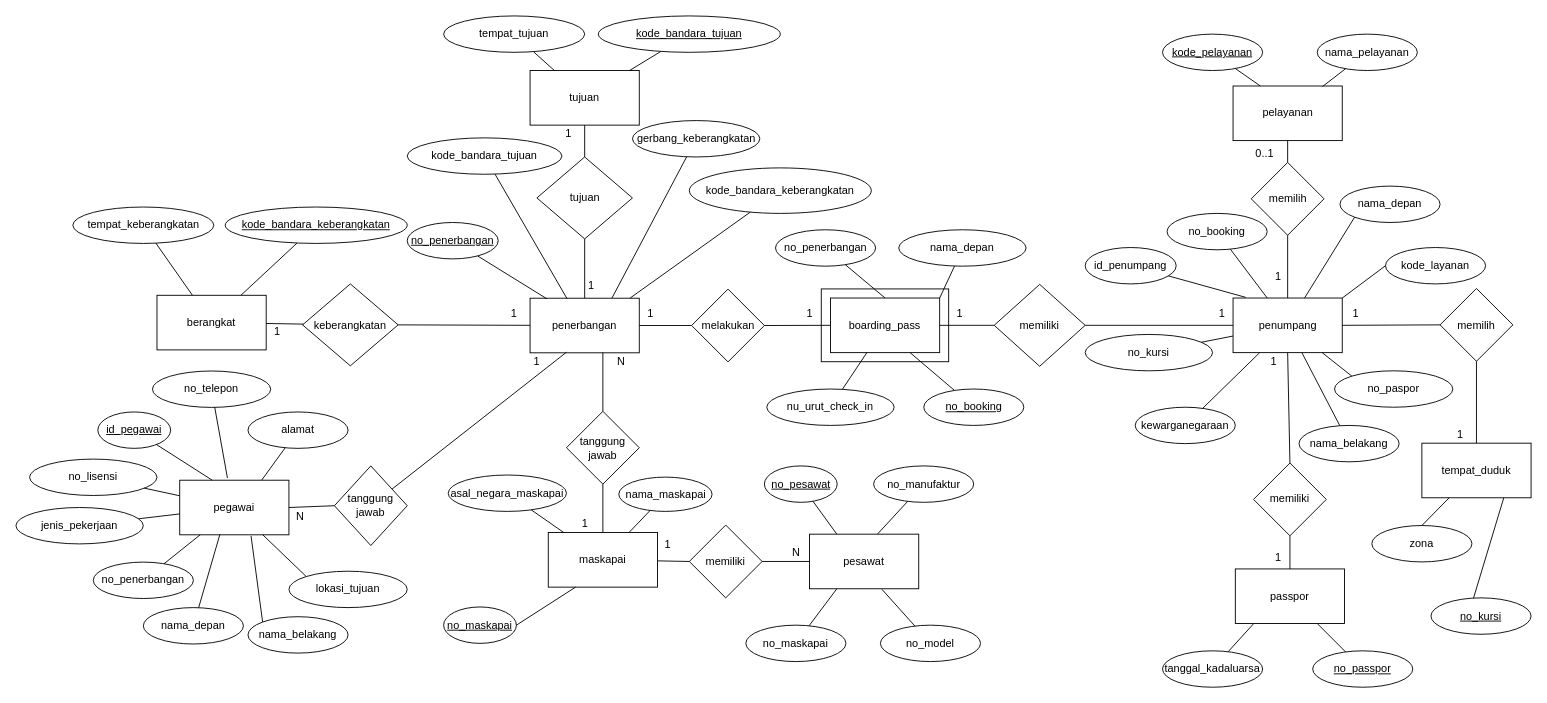
Earlier version of the draw.io diagram page "Fixed ER Diagram" (1 of 5) of ER Diagram/ADD.drawio (Edwin-Jaya/Data-Design-Analytics-Project). Source tidied: cells renumbered, new cells numbered last; positions are measured from the earlier drawing's top-left corner, leaving out a move shared by most shapes. Both pictures are drawn from the tidied source at 91%, with x=0, y=0 at pixel (15, 15).
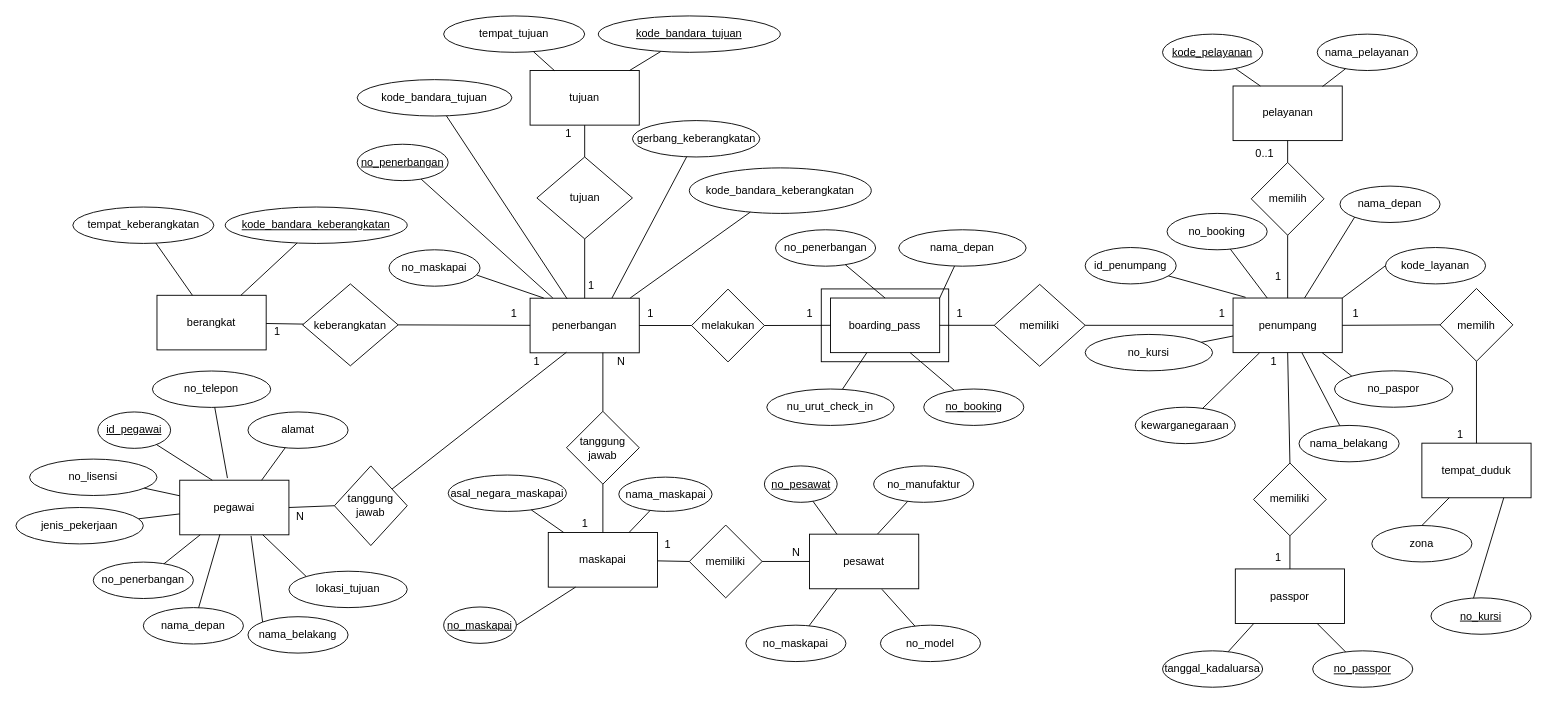
The same page after the edit.

Unchanged cells that the change refers to:
```xml
<mxCell id="29" value="penerbangan" style="rounded=0;whiteSpace=wrap;html=1;" parent="1" vertex="1">
  <mxGeometry x="565" y="310.2" width="120" height="60" as="geometry" />
</mxCell>
```

Change to the diagram source:
```diff
@@
     <mxCell id="30" value="&lt;u&gt;no_penerbangan&lt;/u&gt;" style="ellipse;whiteSpace=wrap;html=1;" parent="1" vertex="1">
-      <mxGeometry x="430" y="227" width="100" height="40" as="geometry" />
+      <mxGeometry x="375" y="141" width="100" height="40" as="geometry" />
     </mxCell>
@@
-    <mxCell id="33" style="endArrow=none;html=1;rounded=0;exitX=0.154;exitY=0.011;exitDx=0;exitDy=0;exitPerimeter=0;" parent="1" edge="1" source="29" target="30">
-      <mxGeometry relative="1" as="geometry" />
+    <mxCell id="33" style="endArrow=none;html=1;rounded=0;" parent="1" edge="1" target="30">
+      <mxGeometry relative="1" as="geometry">
+        <mxPoint x="590" y="310" as="sourcePoint" />
+      </mxGeometry>
     </mxCell>
@@
     <mxCell id="143" value="kode_bandara_tujuan" style="ellipse;whiteSpace=wrap;html=1;" parent="1" vertex="1">
-      <mxGeometry x="430" y="134" width="170" height="40" as="geometry" />
+      <mxGeometry x="375" y="70" width="170" height="40" as="geometry" />
     </mxCell>
@@
+    <mxCell id="148" value="no_maskapai" style="ellipse;whiteSpace=wrap;html=1;" parent="1" vertex="1">
+      <mxGeometry x="410" y="257" width="100" height="40" as="geometry" />
+    </mxCell>
+    <mxCell id="149" style="endArrow=none;html=1;rounded=0;entryX=0.962;entryY=0.693;entryDx=0;entryDy=0;entryPerimeter=0;" parent="1" edge="1" target="148">
+      <mxGeometry relative="1" as="geometry">
+        <mxPoint x="580" y="310" as="sourcePoint" />
+      </mxGeometry>
+    </mxCell>
```
